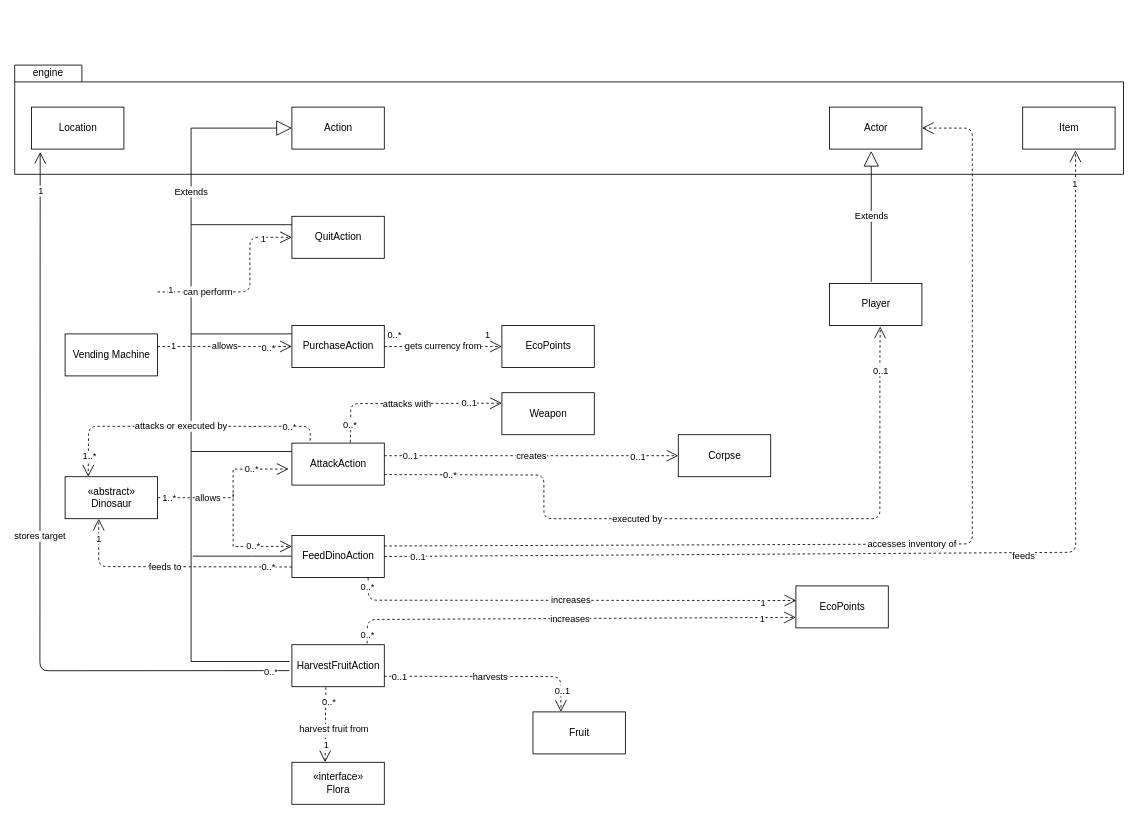
Above: Assignment 3 diagrams/UML/Player Class Diagram.drawio in Dax246/FIT2099 (draw.io), before the change. Source tidied: cells renumbered, new cells numbered last; positions are measured from the earlier drawing's top-left corner, leaving out a move shared by most shapes. Both pictures are drawn from the tidied source at 84%, with x=0, y=0 at pixel (14, 65).
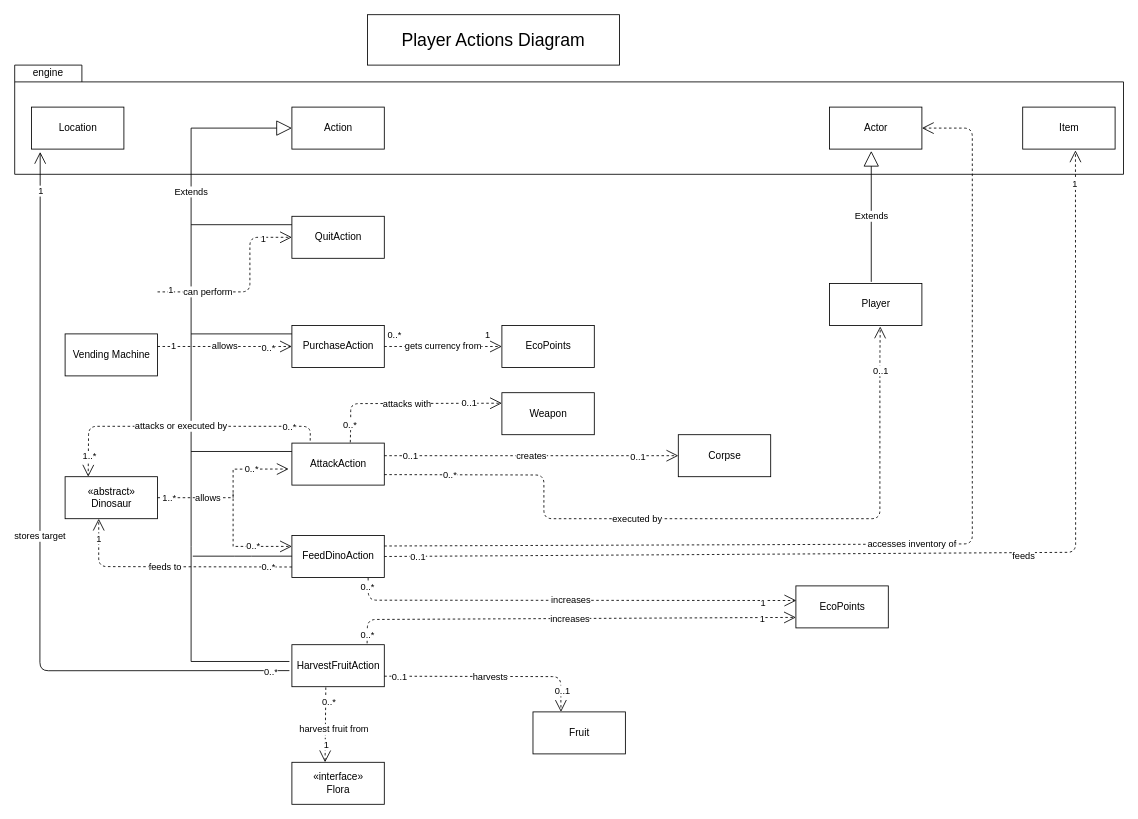
After the change.

What changed in the source:
```diff
@@
+    <mxCell id="76" value="&lt;font style=&quot;font-size: 21px&quot;&gt;Player Actions Diagram&lt;/font&gt;" style="rounded=0;whiteSpace=wrap;html=1;" parent="1" vertex="1">
+      <mxGeometry x="420" y="-60" width="300" height="60" as="geometry" />
+    </mxCell>
```
